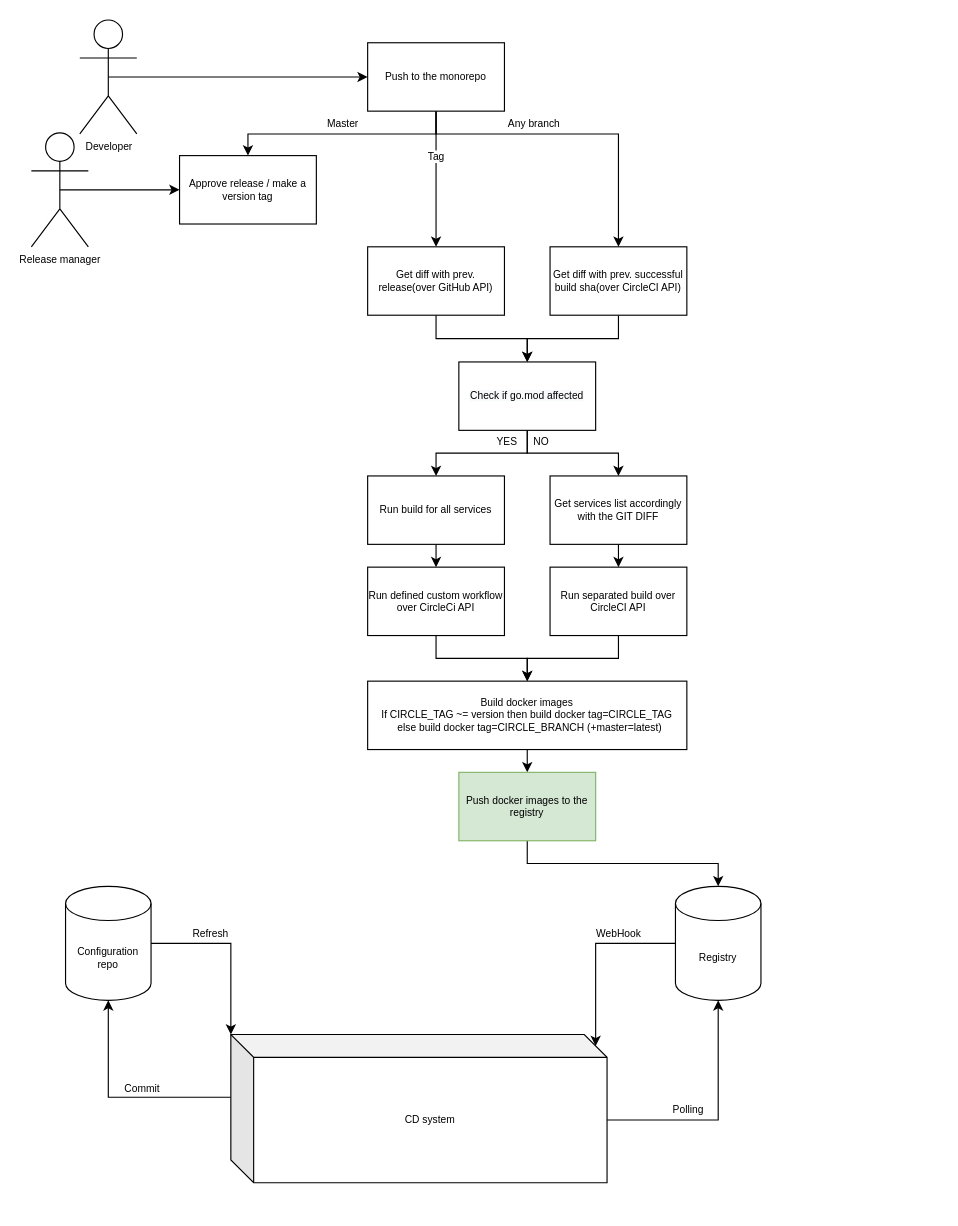
kpbll/draw.io keeps this draw.io diagram as Monorepo CI workflow v2.drawio. Above is the earlier version. Source tidied: cells renumbered, new cells numbered last; positions are measured from the earlier drawing's top-left corner, leaving out a move shared by most shapes. Both pictures are drawn from the tidied source at 114%, with x=0, y=0 at pixel (31, 19).
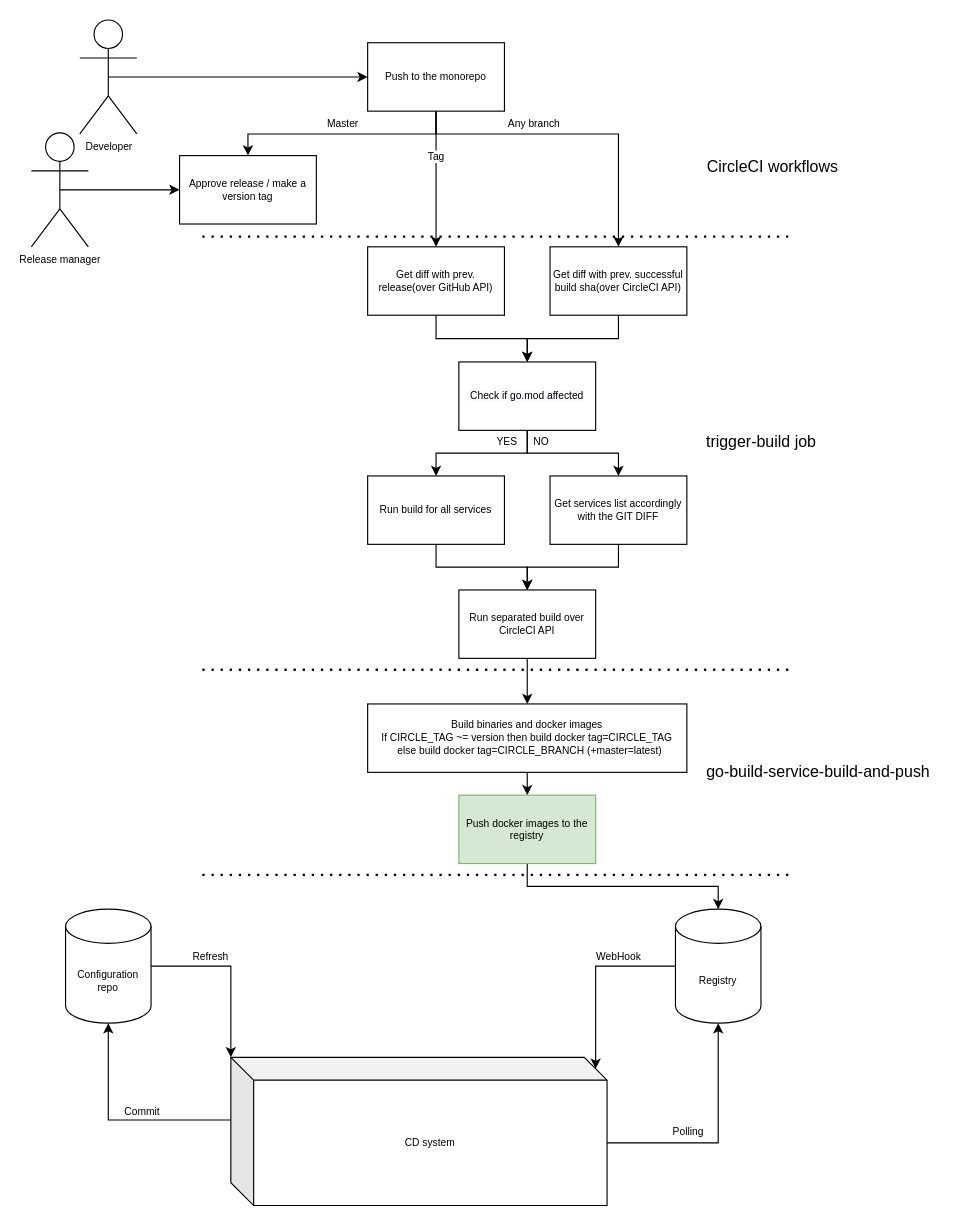
The same diagram, later.

Unchanged cells that the change refers to:
```xml
<mxCell id="13" value="Run build for all services" style="rounded=0;whiteSpace=wrap;html=1;fontSize=9;" parent="1" vertex="1">
  <mxGeometry x="295" y="400" width="120" height="60" as="geometry" />
</mxCell>
```

Change to the diagram source:
```diff
@@
-    <mxCell id="5" style="edgeStyle=orthogonalEdgeStyle;rounded=0;jettySize=auto;html=1;exitX=0.5;exitY=1;exitDx=0;exitDy=0;entryX=0.5;entryY=0;entryDx=0;entryDy=0;fontSize=9;" parent="1" edge="1" source="6" target="16">
-      <mxGeometry relative="1" as="geometry" />
-    </mxCell>
-    <mxCell id="6" value="Run defined custom workflow over CircleCi API" style="rounded=0;whiteSpace=wrap;html=1;fontSize=9;" parent="1" vertex="1">
-      <mxGeometry x="295" y="480" width="120" height="60" as="geometry" />
-    </mxCell>
@@
     <mxCell id="8" value="Run separated build over CircleCI API" style="rounded=0;whiteSpace=wrap;html=1;fontSize=9;" parent="1" vertex="1">
-      <mxGeometry x="455" y="480" width="120" height="60" as="geometry" />
+      <mxGeometry x="375" y="500" width="120" height="60" as="geometry" />
     </mxCell>
@@
-    <mxCell id="12" style="edgeStyle=orthogonalEdgeStyle;rounded=0;jettySize=auto;html=1;exitX=0.5;exitY=1;exitDx=0;exitDy=0;entryX=0.5;entryY=0;entryDx=0;entryDy=0;fontSize=9;" parent="1" edge="1" source="13" target="6">
+    <mxCell id="12" style="edgeStyle=orthogonalEdgeStyle;rounded=0;jettySize=auto;html=1;exitX=0.5;exitY=1;exitDx=0;exitDy=0;entryX=0.5;entryY=0;entryDx=0;entryDy=0;fontSize=9;" parent="1" edge="1" source="13" target="8">
       <mxGeometry relative="1" as="geometry" />
     </mxCell>
@@
-    <mxCell id="16" value="Build docker images&lt;br&gt;If CIRCLE_TAG ~= version then build docker tag=CIRCLE_TAG&lt;br&gt;&amp;nbsp; else build docker tag=CIRCLE_BRANCH (+master=latest)" style="rounded=0;whiteSpace=wrap;html=1;fontSize=9;" parent="1" vertex="1">
-      <mxGeometry x="295" y="580" width="280" height="60" as="geometry" />
+    <mxCell id="16" value="Build binaries and docker images&lt;br&gt;If CIRCLE_TAG ~= version then build docker tag=CIRCLE_TAG&lt;br&gt;&amp;nbsp; else build docker tag=CIRCLE_BRANCH (+master=latest)" style="rounded=0;whiteSpace=wrap;html=1;fontSize=9;" parent="1" vertex="1">
+      <mxGeometry x="295" y="600" width="280" height="60" as="geometry" />
     </mxCell>
@@
     <mxCell id="18" value="Push docker images to the registry" style="rounded=0;whiteSpace=wrap;html=1;fontSize=9;fillColor=#d5e8d4;strokeColor=#82b366;" parent="1" vertex="1">
-      <mxGeometry x="375" y="660" width="120" height="60" as="geometry" />
+      <mxGeometry x="375" y="680" width="120" height="60" as="geometry" />
     </mxCell>
@@
     <mxCell id="32" value="CD system" style="shape=cube;whiteSpace=wrap;html=1;boundedLbl=1;backgroundOutline=1;darkOpacity=0.05;darkOpacity2=0.1;fontSize=9;" parent="1" vertex="1">
-      <mxGeometry x="175" y="890" width="330" height="130" as="geometry" />
+      <mxGeometry x="175" y="910" width="330" height="130" as="geometry" />
     </mxCell>
@@
     <mxCell id="35" value="Registry" style="shape=cylinder3;whiteSpace=wrap;html=1;boundedLbl=1;backgroundOutline=1;size=15;fontSize=9;" parent="1" vertex="1">
-      <mxGeometry x="565" y="760" width="75" height="100" as="geometry" />
+      <mxGeometry x="565" y="780" width="75" height="100" as="geometry" />
     </mxCell>
@@
     <mxCell id="43" value="Configuration repo" style="shape=cylinder3;whiteSpace=wrap;html=1;boundedLbl=1;backgroundOutline=1;size=15;fontSize=9;" parent="1" vertex="1">
-      <mxGeometry x="30" y="760" width="75" height="100" as="geometry" />
+      <mxGeometry x="30" y="780" width="75" height="100" as="geometry" />
     </mxCell>
@@
+    <mxCell id="46" style="endArrow=none;dashed=1;html=1;dashPattern=1 3;strokeWidth=2;fontSize=9;" parent="1" edge="1">
+      <mxGeometry relative="1" as="geometry">
+        <mxPoint x="150" y="190" as="sourcePoint" />
+        <mxPoint x="670" y="190" as="targetPoint" />
+      </mxGeometry>
+    </mxCell>
+    <mxCell id="47" style="endArrow=none;dashed=1;html=1;dashPattern=1 3;strokeWidth=2;fontSize=9;" parent="1" edge="1">
+      <mxGeometry relative="1" as="geometry">
+        <mxPoint x="150" y="570" as="sourcePoint" />
+        <mxPoint x="670" y="570" as="targetPoint" />
+      </mxGeometry>
+    </mxCell>
+    <mxCell id="48" style="endArrow=none;dashed=1;html=1;dashPattern=1 3;strokeWidth=2;fontSize=9;" parent="1" edge="1">
+      <mxGeometry relative="1" as="geometry">
+        <mxPoint x="150" y="750" as="sourcePoint" />
+        <mxPoint x="670" y="750" as="targetPoint" />
+      </mxGeometry>
+    </mxCell>
+    <mxCell id="49" value="&lt;font style=&quot;font-size: 14px&quot;&gt;CircleCI workflows&lt;/font&gt;" style="text;html=1;align=center;verticalAlign=middle;strokeColor=none;fontSize=9;" parent="1" vertex="1">
+      <mxGeometry x="585" y="119" width="130" height="20" as="geometry" />
+    </mxCell>
+    <mxCell id="50" value="&lt;font style=&quot;font-size: 14px&quot;&gt;trigger-build job&lt;/font&gt;" style="text;html=1;align=center;verticalAlign=middle;strokeColor=none;fontSize=9;" parent="1" vertex="1">
+      <mxGeometry x="585" y="360" width="110" height="20" as="geometry" />
+    </mxCell>
+    <mxCell id="51" value="&lt;span style=&quot;font-size: 14px&quot;&gt;go-build-service-build-and-push&lt;/span&gt;" style="text;html=1;align=center;verticalAlign=middle;strokeColor=none;fontSize=9;" parent="1" vertex="1">
+      <mxGeometry x="585" y="650" width="210" height="20" as="geometry" />
+    </mxCell>
```
